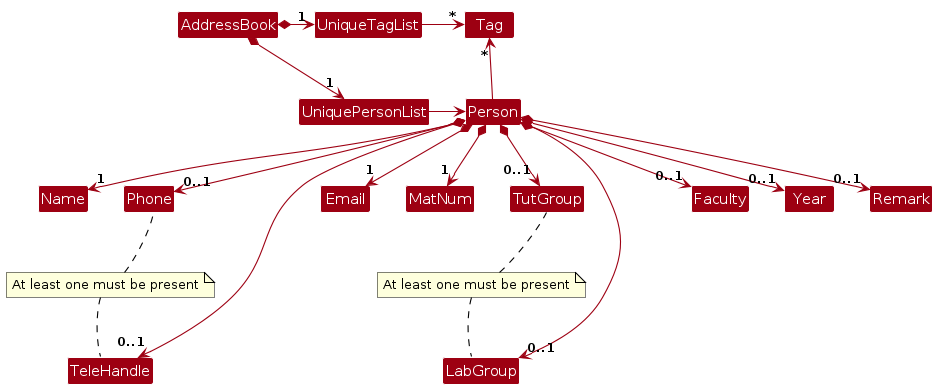
Above: diagrams/BetterModelClassDiagram.png in AY2425S2-CS2103-F15-4/tp (PlantUML), before the change. Its source is kept beside it as diagrams/BetterModelClassDiagram.puml. Its diagram source:
```plantuml
@startuml
!include style.puml
skinparam arrowThickness 1.1
skinparam arrowColor MODEL_COLOR
skinparam classBackgroundColor MODEL_COLOR

skinparam noteBorderColor black
skinparam noteFontColor black
skinparam noteLinkColor black

AddressBook *-right-> "1" UniquePersonList
AddressBook *-right-> "1" UniqueTagList
UniqueTagList -[hidden]down- UniquePersonList
UniqueTagList -[hidden]down- UniquePersonList

UniqueTagList -right-> "*" Tag
UniquePersonList -right-> Person

Person -up-> "*" Tag

Person *--> "1" Name
Person *--> "0..1" Phone
Person *--> "0..1" TeleHandle
Person *--> "1" Email
Person *--> "1" MatNum
Person *--> "0..1" TutGroup
Person *--> "0..1" LabGroup
Person *--> "0..1" Faculty
Person *--> "0..1" Year
Person *--> "0..1" Remark

note "At least one must be present" as PhoneTeleNote
PhoneTeleNote .. Phone #black
PhoneTeleNote .. TeleHandle #black
TeleHandle -[hidden]down-> PhoneTeleNote
Phone -[hidden]down-> PhoneTeleNote

note "At least one must be present" as TutLabNote
TutLabNote .. TutGroup #black
TutLabNote .. LabGroup #black
TutGroup -[hidden]down-> TutLabNote
LabGroup -[hidden]down-> TutLabNote

@enduml
```
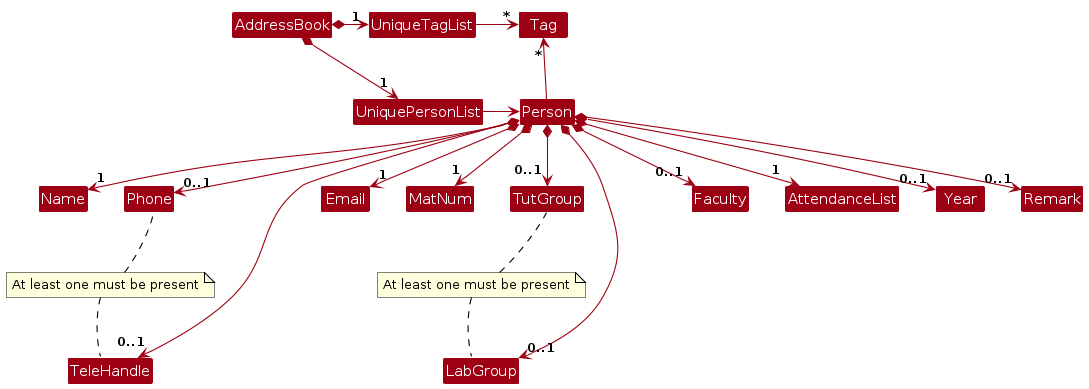
Later version of the same file.

Change to the diagram source:
```diff
@@ -26,6 +26,7 @@
 Person *--> "0..1" TutGroup
 Person *--> "0..1" LabGroup
 Person *--> "0..1" Faculty
+Person *--> "1" AttendanceList
 Person *--> "0..1" Year
 Person *--> "0..1" Remark
 
```
